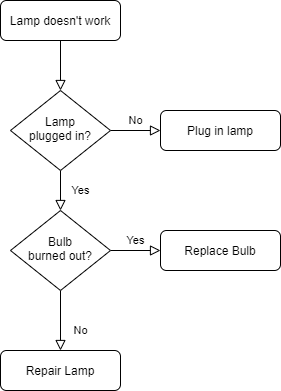
Before: Flocahr1.png, a diagram exported from draw.io (DowellLivingLab/101.Al.Dowell). Source tidied: cells renumbered, new cells last; positions are measured from the earlier drawing's top-left corner, leaving out a move shared by most shapes.
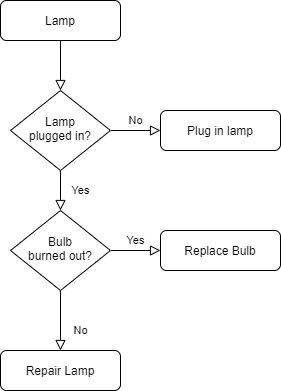
After the change.

The edit, as a diff of the source:
```diff
@@ -5,7 +5,7 @@
     <mxCell id="2" style="rounded=0;html=1;jettySize=auto;fontSize=11;endArrow=block;endFill=0;endSize=8;strokeWidth=1;shadow=0;labelBackgroundColor=none;edgeStyle=orthogonalEdgeStyle;" parent="1" edge="1" source="3" target="6">
       <mxGeometry relative="1" as="geometry" />
     </mxCell>
-    <mxCell id="3" value="Lamp doesn't work" style="rounded=1;whiteSpace=wrap;html=1;fontSize=12;glass=0;strokeWidth=1;shadow=0;" parent="1" vertex="1">
+    <mxCell id="3" value="Lamp&lt;br&gt;" style="rounded=1;whiteSpace=wrap;html=1;fontSize=12;glass=0;strokeWidth=1;shadow=0;" parent="1" vertex="1">
       <mxGeometry width="120" height="40" as="geometry" />
     </mxCell>
     <mxCell id="4" value="Yes" style="rounded=0;html=1;jettySize=auto;fontSize=11;endArrow=block;endFill=0;endSize=8;strokeWidth=1;shadow=0;labelBackgroundColor=none;edgeStyle=orthogonalEdgeStyle;" parent="1" edge="1" source="6" target="10">
```
